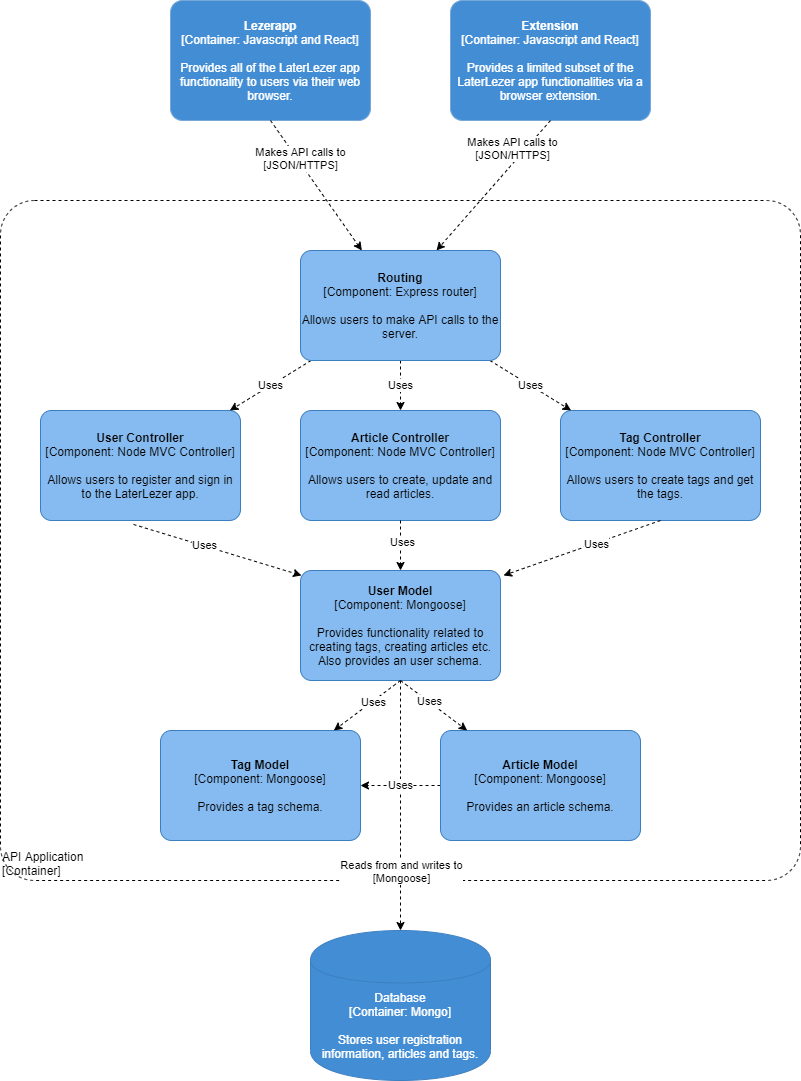
Patrickroelofs/HANICA-DWA-Laterlezer keeps this draw.io diagram as documents/c4model-components-diagram-server.png. Above is the earlier version. Source tidied: cells renumbered, new cells last; positions are measured from the earlier drawing's top-left corner, leaving out a move shared by most shapes.
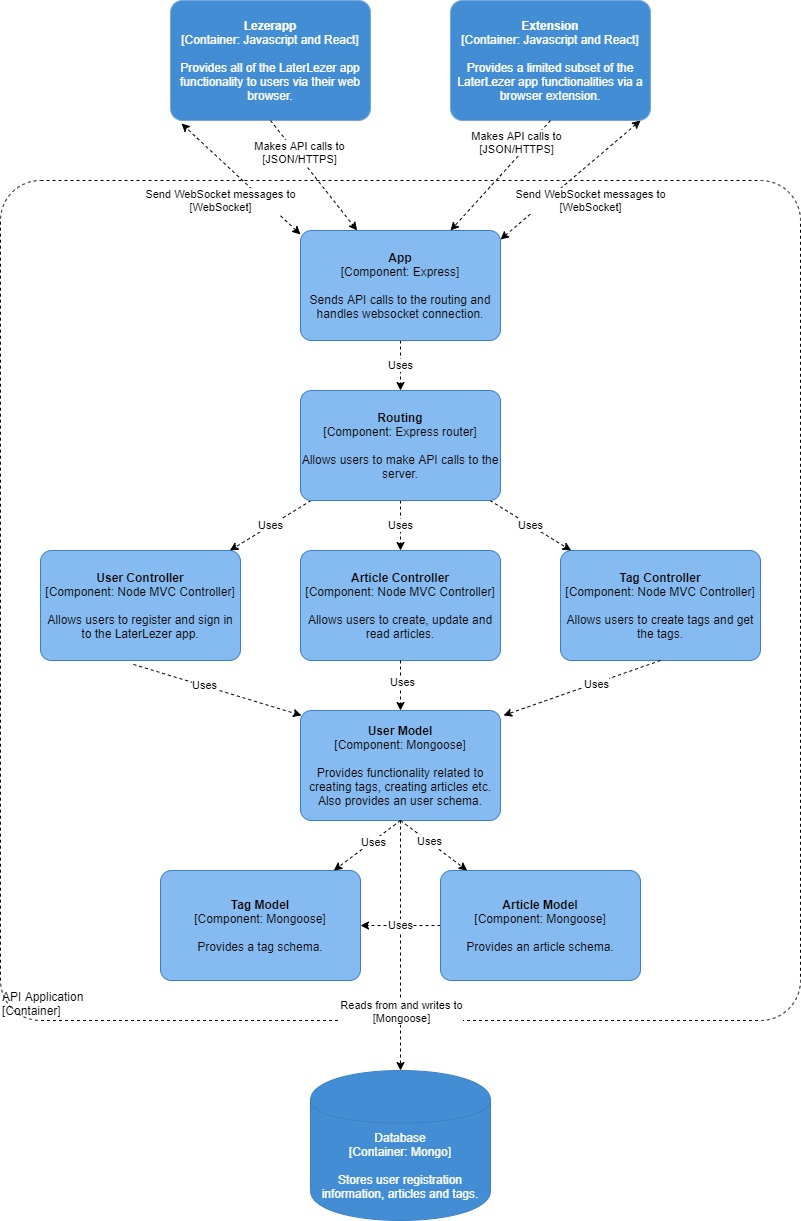
Later version of the same file.

What changed in the source:
```diff
@@ -4,17 +4,23 @@
     <mxCell id="1" parent="0" />
     <object id="2" label="&lt;div style=&quot;text-align: left&quot;&gt;%c4Name%&lt;/div&gt;&lt;div style=&quot;text-align: left&quot;&gt;[%c4Application%]&lt;/div&gt;" c4Application="Container" c4Name="API Application" c4Type="ExecutionEnvironment" placeholders="1">
       <mxCell style="rounded=1;whiteSpace=wrap;html=1;labelBackgroundColor=none;fontColor=#000000;align=left;arcSize=5;strokeColor=#000000;verticalAlign=bottom;metaData={&quot;c4Type&quot;:{&quot;editable&quot;:false}};dashed=1;fillColor=none;" parent="1" vertex="1">
-        <mxGeometry y="200" width="800" height="680" as="geometry" />
+        <mxGeometry y="40" width="800" height="840" as="geometry" />
       </mxCell>
     </object>
+    <mxCell id="31" style="edgeStyle=none;rounded=0;jettySize=auto;html=1;dashed=1;exitX=0;exitY=0.036;exitDx=0;exitDy=0;exitPerimeter=0;entryX=0.055;entryY=1.025;entryDx=0;entryDy=0;entryPerimeter=0;startArrow=classic;startFill=1;" parent="1" edge="1" source="34" target="3">
+      <mxGeometry relative="1" as="geometry" />
+    </mxCell>
     <object id="3" label="&lt;b&gt;%c4Name%&lt;/b&gt;&lt;div&gt;[%c4Type%: %c4Technology%]&lt;/div&gt;&lt;br&gt;&lt;div&gt;%c4Description%&lt;/div&gt;" c4Description="Provides all of the LaterLezer app functionality to users via their web browser." c4Name="Lezerapp" c4Technology="Javascript and React" c4Type="Container" placeholders="1">
       <mxCell style="rounded=1;whiteSpace=wrap;html=1;labelBackgroundColor=none;fontColor=#ffffff;align=center;arcSize=10;strokeColor=#78A8D8;metaData={&quot;c4Type&quot;:{&quot;editable&quot;:false}};points=[[0.25,0,0],[0.5,0,0],[0.75,0,0],[1,0.25,0],[1,0.5,0],[1,0.75,0],[0.75,1,0],[0.5,1,0],[0.25,1,0],[0,0.75,0],[0,0.5,0],[0,0.25,0]];fillColor=#438DD5;" parent="1" vertex="1">
-        <mxGeometry x="170" width="200" height="120" as="geometry" />
+        <mxGeometry x="170" y="-140" width="200" height="120" as="geometry" />
       </mxCell>
     </object>
+    <mxCell id="32" style="edgeStyle=none;rounded=0;jettySize=auto;html=1;entryX=1;entryY=0.082;entryDx=0;entryDy=0;entryPerimeter=0;dashed=1;exitX=0.95;exitY=1;exitDx=0;exitDy=0;exitPerimeter=0;startArrow=classic;startFill=1;" parent="1" edge="1" source="4" target="34">
+      <mxGeometry relative="1" as="geometry" />
+    </mxCell>
     <object id="4" label="&lt;b&gt;%c4Name%&lt;/b&gt;&lt;div&gt;[%c4Type%: %c4Technology%]&lt;/div&gt;&lt;br&gt;&lt;div&gt;%c4Description%&lt;/div&gt;" c4Description="Provides a limited subset of the LaterLezer app functionalities via a browser extension." c4Name="Extension" c4Technology="Javascript and React" c4Type="Container" placeholders="1">
       <mxCell style="rounded=1;whiteSpace=wrap;html=1;labelBackgroundColor=none;fontColor=#ffffff;align=center;arcSize=10;strokeColor=#78A8D8;metaData={&quot;c4Type&quot;:{&quot;editable&quot;:false}};points=[[0.25,0,0],[0.5,0,0],[0.75,0,0],[1,0.25,0],[1,0.5,0],[1,0.75,0],[0.75,1,0],[0.5,1,0],[0.25,1,0],[0,0.75,0],[0,0.5,0],[0,0.25,0]];fillColor=#438DD5;" parent="1" vertex="1">
-        <mxGeometry x="450" width="200" height="120" as="geometry" />
+        <mxGeometry x="450" y="-140" width="200" height="120" as="geometry" />
       </mxCell>
     </object>
     <mxCell id="5" style="edgeStyle=none;rounded=0;jettySize=auto;html=1;dashed=1;strokeColor=#000000;exitX=0.5;exitY=1;exitDx=0;exitDy=0;exitPerimeter=0;" parent="1" edge="1" source="13" target="8">
@@ -45,10 +51,10 @@
         <mxGeometry x="560" y="410" width="200" height="110" as="geometry" />
       </mxCell>
     </object>
-    <mxCell id="11" value="&lt;span style=&quot;color: rgb(0 , 0 , 0) ; font-family: &amp;#34;helvetica&amp;#34; ; font-size: 11px ; font-style: normal ; font-weight: 400 ; letter-spacing: normal ; text-align: center ; text-indent: 0px ; text-transform: none ; word-spacing: 0px ; background-color: rgb(255 , 255 , 255) ; display: inline ; float: none&quot;&gt;Makes API calls to&lt;/span&gt;&lt;br style=&quot;color: rgb(0 , 0 , 0) ; font-family: &amp;#34;helvetica&amp;#34; ; font-size: 11px ; font-style: normal ; font-weight: 400 ; letter-spacing: normal ; text-align: center ; text-indent: 0px ; text-transform: none ; word-spacing: 0px&quot;&gt;&lt;span style=&quot;color: rgb(0 , 0 , 0) ; font-family: &amp;#34;helvetica&amp;#34; ; font-size: 11px ; font-style: normal ; font-weight: 400 ; letter-spacing: normal ; text-align: center ; text-indent: 0px ; text-transform: none ; word-spacing: 0px ; background-color: rgb(255 , 255 , 255) ; display: inline ; float: none&quot;&gt;[JSON/HTTPS]&lt;/span&gt;" style="edgeStyle=none;rounded=0;jettySize=auto;html=1;strokeColor=#000000;dashed=1;exitX=0.5;exitY=1;exitDx=0;exitDy=0;exitPerimeter=0;" parent="1" edge="1" source="3" target="30">
+    <mxCell id="11" value="&lt;span style=&quot;color: rgb(0 , 0 , 0) ; font-family: &amp;#34;helvetica&amp;#34; ; font-size: 11px ; font-style: normal ; font-weight: 400 ; letter-spacing: normal ; text-align: center ; text-indent: 0px ; text-transform: none ; word-spacing: 0px ; background-color: rgb(255 , 255 , 255) ; display: inline ; float: none&quot;&gt;Makes API calls to&lt;/span&gt;&lt;br style=&quot;color: rgb(0 , 0 , 0) ; font-family: &amp;#34;helvetica&amp;#34; ; font-size: 11px ; font-style: normal ; font-weight: 400 ; letter-spacing: normal ; text-align: center ; text-indent: 0px ; text-transform: none ; word-spacing: 0px&quot;&gt;&lt;span style=&quot;color: rgb(0 , 0 , 0) ; font-family: &amp;#34;helvetica&amp;#34; ; font-size: 11px ; font-style: normal ; font-weight: 400 ; letter-spacing: normal ; text-align: center ; text-indent: 0px ; text-transform: none ; word-spacing: 0px ; background-color: rgb(255 , 255 , 255) ; display: inline ; float: none&quot;&gt;[JSON/HTTPS]&lt;/span&gt;" style="edgeStyle=none;rounded=0;jettySize=auto;html=1;strokeColor=#000000;dashed=1;exitX=0.5;exitY=1;exitDx=0;exitDy=0;exitPerimeter=0;" parent="1" edge="1" source="3" target="34">
       <mxGeometry x="-0.39" y="3" relative="1" as="geometry" />
     </mxCell>
-    <mxCell id="12" value="&lt;span style=&quot;color: rgb(0 , 0 , 0) ; font-family: &amp;#34;helvetica&amp;#34; ; font-size: 11px ; font-style: normal ; font-weight: 400 ; letter-spacing: normal ; text-align: center ; text-indent: 0px ; text-transform: none ; word-spacing: 0px ; background-color: rgb(255 , 255 , 255) ; display: inline ; float: none&quot;&gt;Makes API calls to&lt;/span&gt;&lt;br style=&quot;color: rgb(0 , 0 , 0) ; font-family: &amp;#34;helvetica&amp;#34; ; font-size: 11px ; font-style: normal ; font-weight: 400 ; letter-spacing: normal ; text-align: center ; text-indent: 0px ; text-transform: none ; word-spacing: 0px&quot;&gt;&lt;span style=&quot;color: rgb(0 , 0 , 0) ; font-family: &amp;#34;helvetica&amp;#34; ; font-size: 11px ; font-style: normal ; font-weight: 400 ; letter-spacing: normal ; text-align: center ; text-indent: 0px ; text-transform: none ; word-spacing: 0px ; background-color: rgb(255 , 255 , 255) ; display: inline ; float: none&quot;&gt;[JSON/HTTPS]&lt;/span&gt;" style="edgeStyle=none;rounded=0;jettySize=auto;html=1;strokeColor=#000000;dashed=1;entryX=0.68;entryY=0;entryDx=0;entryDy=0;entryPerimeter=0;exitX=0.5;exitY=1;exitDx=0;exitDy=0;exitPerimeter=0;" parent="1" edge="1" source="4" target="30">
+    <mxCell id="12" value="&lt;span style=&quot;color: rgb(0 , 0 , 0) ; font-family: &amp;#34;helvetica&amp;#34; ; font-size: 11px ; font-style: normal ; font-weight: 400 ; letter-spacing: normal ; text-align: center ; text-indent: 0px ; text-transform: none ; word-spacing: 0px ; background-color: rgb(255 , 255 , 255) ; display: inline ; float: none&quot;&gt;Makes API calls to&lt;/span&gt;&lt;br style=&quot;color: rgb(0 , 0 , 0) ; font-family: &amp;#34;helvetica&amp;#34; ; font-size: 11px ; font-style: normal ; font-weight: 400 ; letter-spacing: normal ; text-align: center ; text-indent: 0px ; text-transform: none ; word-spacing: 0px&quot;&gt;&lt;span style=&quot;color: rgb(0 , 0 , 0) ; font-family: &amp;#34;helvetica&amp;#34; ; font-size: 11px ; font-style: normal ; font-weight: 400 ; letter-spacing: normal ; text-align: center ; text-indent: 0px ; text-transform: none ; word-spacing: 0px ; background-color: rgb(255 , 255 , 255) ; display: inline ; float: none&quot;&gt;[JSON/HTTPS]&lt;/span&gt;" style="edgeStyle=none;rounded=0;jettySize=auto;html=1;strokeColor=#000000;dashed=1;exitX=0.5;exitY=1;exitDx=0;exitDy=0;exitPerimeter=0;" parent="1" edge="1" source="4" target="34">
       <mxGeometry x="-0.47" y="-10" relative="1" as="geometry" />
     </mxCell>
     <object id="13" label="&lt;b&gt;%c4Name%&lt;/b&gt;&lt;div&gt;[%c4Type%: %c4Technology%]&lt;/div&gt;&lt;br&gt;&lt;div&gt;%c4Description%&lt;/div&gt;" c4Description="Provides functionality related to creating tags, creating articles etc. Also provides an user schema." c4Name="User Model" c4Technology="Mongoose" c4Type="Component" placeholders="1">
@@ -113,5 +119,19 @@
         <mxGeometry x="300" y="250" width="200" height="110" as="geometry" />
       </mxCell>
     </object>
+    <mxCell id="33" value="Uses" style="edgeStyle=none;rounded=0;jettySize=auto;html=1;dashed=1;" parent="1" edge="1" source="34" target="30">
+      <mxGeometry relative="1" as="geometry" />
+    </mxCell>
+    <object id="34" label="&lt;b&gt;%c4Name%&lt;/b&gt;&lt;div&gt;[%c4Type%: %c4Technology%]&lt;/div&gt;&lt;br&gt;&lt;div&gt;%c4Description%&lt;/div&gt;" c4Description="Sends API calls to the routing and handles websocket connection." c4Name="App" c4Technology="Express" c4Type="Component" placeholders="1">
+      <mxCell style="rounded=1;whiteSpace=wrap;html=1;labelBackgroundColor=none;align=center;arcSize=10;strokeColor=#3C7FC0;metaData={&quot;c4Type&quot;:{&quot;editable&quot;:false}};points=[[0.25,0,0],[0.5,0,0],[0.75,0,0],[1,0.25,0],[1,0.5,0],[1,0.75,0],[0.75,1,0],[0.5,1,0],[0.25,1,0],[0,0.75,0],[0,0.5,0],[0,0.25,0]];fillColor=#85BBF0;" parent="1" vertex="1">
+        <mxGeometry x="300" y="90" width="200" height="110" as="geometry" />
+      </mxCell>
+    </object>
+    <mxCell id="35" value="Send WebSocket messages to&lt;br&gt;[WebSocket]" style="edgeLabel;html=1;align=center;verticalAlign=middle;" parent="1" vertex="1">
+      <mxGeometry x="590" y="60" as="geometry" />
+    </mxCell>
+    <mxCell id="36" value="Send WebSocket messages to&lt;br&gt;[WebSocket]" style="edgeLabel;html=1;align=center;verticalAlign=middle;" parent="1" vertex="1">
+      <mxGeometry x="220" y="60" as="geometry" />
+    </mxCell>
   </root>
 </mxGraphModel>
```
